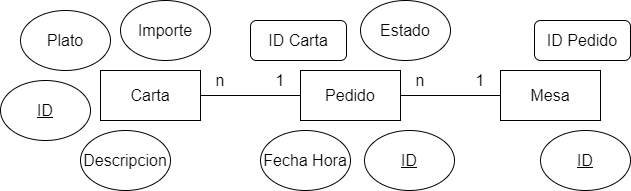
Above: bocetos/POS diagrama entidad relacion.drawio.png in FernandoKuo/Sistema_PointOfSale (draw.io), before the change. Source tidied: cells renumbered, new cells last; positions are measured from the earlier drawing's top-left corner, leaving out a move shared by most shapes. Its diagram source:
```xml
<mxGraphModel>
  <root>
    <mxCell id="0" />
    <mxCell id="1" parent="0" />
    <mxCell id="2" value="&lt;font size=&quot;3&quot;&gt;Carta&lt;/font&gt;" style="rounded=0;whiteSpace=wrap;html=1;" parent="1" vertex="1">
      <mxGeometry x="100" y="70" width="100" height="50" as="geometry" />
    </mxCell>
    <mxCell id="3" value="&lt;font size=&quot;3&quot;&gt;Pedido&lt;/font&gt;" style="rounded=0;whiteSpace=wrap;html=1;" parent="1" vertex="1">
      <mxGeometry x="300" y="70" width="100" height="50" as="geometry" />
    </mxCell>
    <mxCell id="4" value="&lt;font size=&quot;3&quot;&gt;Mesa&lt;/font&gt;" style="rounded=0;whiteSpace=wrap;html=1;" parent="1" vertex="1">
      <mxGeometry x="500" y="70" width="100" height="50" as="geometry" />
    </mxCell>
    <mxCell id="5" style="endArrow=none;html=1;rounded=0;entryX=1;entryY=0.5;entryDx=0;entryDy=0;exitX=0;exitY=0.5;exitDx=0;exitDy=0;" parent="1" edge="1" source="4" target="3">
      <mxGeometry relative="1" as="geometry" />
    </mxCell>
    <mxCell id="6" style="endArrow=none;html=1;rounded=0;entryX=1;entryY=0.5;entryDx=0;entryDy=0;exitX=0;exitY=0.5;exitDx=0;exitDy=0;" parent="1" edge="1" source="3" target="2">
      <mxGeometry relative="1" as="geometry" />
    </mxCell>
    <mxCell id="7" value="&lt;font size=&quot;3&quot;&gt;Plato&lt;/font&gt;" style="ellipse;whiteSpace=wrap;html=1;" parent="1" vertex="1">
      <mxGeometry x="20" y="10" width="90" height="60" as="geometry" />
    </mxCell>
    <mxCell id="8" value="&lt;font size=&quot;3&quot;&gt;Descripcion&lt;/font&gt;" style="ellipse;whiteSpace=wrap;html=1;" parent="1" vertex="1">
      <mxGeometry x="80" y="130" width="90" height="60" as="geometry" />
    </mxCell>
    <mxCell id="9" value="&lt;font size=&quot;3&quot;&gt;Importe&lt;/font&gt;" style="ellipse;whiteSpace=wrap;html=1;" parent="1" vertex="1">
      <mxGeometry x="120" width="90" height="60" as="geometry" />
    </mxCell>
    <mxCell id="10" value="&lt;font size=&quot;3&quot;&gt;&lt;u&gt;ID&lt;/u&gt;&lt;/font&gt;" style="ellipse;whiteSpace=wrap;html=1;" parent="1" vertex="1">
      <mxGeometry y="80" width="90" height="60" as="geometry" />
    </mxCell>
    <mxCell id="11" value="&lt;span style=&quot;font-size: medium;&quot;&gt;&lt;u&gt;ID&lt;/u&gt;&lt;/span&gt;" style="ellipse;whiteSpace=wrap;html=1;" parent="1" vertex="1">
      <mxGeometry x="364" y="130" width="90" height="60" as="geometry" />
    </mxCell>
    <mxCell id="12" value="&lt;font size=&quot;3&quot;&gt;&lt;u&gt;ID&lt;/u&gt;&lt;/font&gt;" style="ellipse;whiteSpace=wrap;html=1;" parent="1" vertex="1">
      <mxGeometry x="540" y="130" width="90" height="60" as="geometry" />
    </mxCell>
    <mxCell id="13" value="&lt;font size=&quot;3&quot;&gt;Estado&lt;/font&gt;" style="ellipse;whiteSpace=wrap;html=1;" parent="1" vertex="1">
      <mxGeometry x="360" width="90" height="60" as="geometry" />
    </mxCell>
    <mxCell id="14" value="&lt;span style=&quot;font-size: medium;&quot;&gt;Fecha Hora&lt;/span&gt;" style="ellipse;whiteSpace=wrap;html=1;" parent="1" vertex="1">
      <mxGeometry x="260" y="130" width="90" height="60" as="geometry" />
    </mxCell>
    <mxCell id="15" value="&lt;font style=&quot;font-size: 16px;&quot;&gt;ID Carta&lt;/font&gt;" style="rounded=1;whiteSpace=wrap;html=1;" parent="1" vertex="1">
      <mxGeometry x="250" y="20" width="96" height="40" as="geometry" />
    </mxCell>
    <mxCell id="16" value="&lt;font style=&quot;font-size: 16px;&quot;&gt;ID Pedido&lt;/font&gt;" style="rounded=1;whiteSpace=wrap;html=1;" parent="1" vertex="1">
      <mxGeometry x="534" y="20" width="96" height="40" as="geometry" />
    </mxCell>
    <mxCell id="17" value="&lt;font style=&quot;font-size: 16px;&quot;&gt;n&lt;/font&gt;" style="text;html=1;align=center;verticalAlign=middle;whiteSpace=wrap;rounded=0;" parent="1" vertex="1">
      <mxGeometry x="190" y="65" width="60" height="30" as="geometry" />
    </mxCell>
    <mxCell id="18" value="&lt;font style=&quot;font-size: 16px;&quot;&gt;1&lt;/font&gt;" style="text;html=1;align=center;verticalAlign=middle;whiteSpace=wrap;rounded=0;" parent="1" vertex="1">
      <mxGeometry x="250" y="65" width="60" height="30" as="geometry" />
    </mxCell>
    <mxCell id="19" value="&lt;font style=&quot;font-size: 16px;&quot;&gt;1&lt;/font&gt;" style="text;html=1;align=center;verticalAlign=middle;whiteSpace=wrap;rounded=0;" parent="1" vertex="1">
      <mxGeometry x="450" y="65" width="60" height="30" as="geometry" />
    </mxCell>
    <mxCell id="20" value="&lt;font style=&quot;font-size: 16px;&quot;&gt;n&lt;/font&gt;" style="text;html=1;align=center;verticalAlign=middle;whiteSpace=wrap;rounded=0;" parent="1" vertex="1">
      <mxGeometry x="390" y="65" width="60" height="30" as="geometry" />
    </mxCell>
  </root>
</mxGraphModel>
```
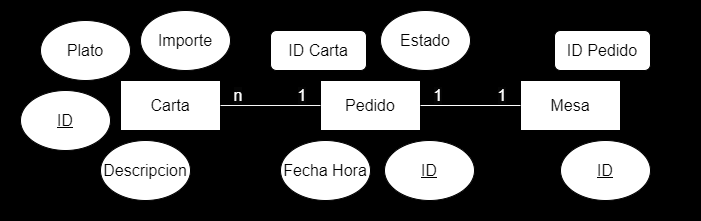
The same file after the commit.

What changed in the source:
```diff
@@ -2,6 +2,9 @@
   <root>
     <mxCell id="0" />
     <mxCell id="1" parent="0" />
+    <mxCell id="21" style="rounded=0;whiteSpace=wrap;html=1;strokeColor=#000000;fillColor=#000000;imageAspect=0;overflow=hidden;backgroundOutline=0;" parent="1" vertex="1">
+      <mxGeometry x="-20" y="-10" width="700" height="220" as="geometry" />
+    </mxCell>
     <mxCell id="2" value="&lt;font size=&quot;3&quot;&gt;Carta&lt;/font&gt;" style="rounded=0;whiteSpace=wrap;html=1;" parent="1" vertex="1">
       <mxGeometry x="100" y="70" width="100" height="50" as="geometry" />
     </mxCell>
@@ -11,10 +14,10 @@
     <mxCell id="4" value="&lt;font size=&quot;3&quot;&gt;Mesa&lt;/font&gt;" style="rounded=0;whiteSpace=wrap;html=1;" parent="1" vertex="1">
       <mxGeometry x="500" y="70" width="100" height="50" as="geometry" />
     </mxCell>
-    <mxCell id="5" style="endArrow=none;html=1;rounded=0;entryX=1;entryY=0.5;entryDx=0;entryDy=0;exitX=0;exitY=0.5;exitDx=0;exitDy=0;" parent="1" edge="1" source="4" target="3">
+    <mxCell id="5" style="endArrow=none;html=1;rounded=0;entryX=1;entryY=0.5;entryDx=0;entryDy=0;exitX=0;exitY=0.5;exitDx=0;exitDy=0;strokeColor=#FFFFFF;" parent="1" edge="1" source="4" target="3">
       <mxGeometry relative="1" as="geometry" />
     </mxCell>
-    <mxCell id="6" style="endArrow=none;html=1;rounded=0;entryX=1;entryY=0.5;entryDx=0;entryDy=0;exitX=0;exitY=0.5;exitDx=0;exitDy=0;" parent="1" edge="1" source="3" target="2">
+    <mxCell id="6" style="endArrow=none;html=1;rounded=0;entryX=1;entryY=0.5;entryDx=0;entryDy=0;exitX=0;exitY=0.5;exitDx=0;exitDy=0;strokeColor=#F7F7F7;" parent="1" edge="1" source="3" target="2">
       <mxGeometry relative="1" as="geometry" />
     </mxCell>
     <mxCell id="7" value="&lt;font size=&quot;3&quot;&gt;Plato&lt;/font&gt;" style="ellipse;whiteSpace=wrap;html=1;" parent="1" vertex="1">
@@ -47,17 +50,17 @@
     <mxCell id="16" value="&lt;font style=&quot;font-size: 16px;&quot;&gt;ID Pedido&lt;/font&gt;" style="rounded=1;whiteSpace=wrap;html=1;" parent="1" vertex="1">
       <mxGeometry x="534" y="20" width="96" height="40" as="geometry" />
     </mxCell>
-    <mxCell id="17" value="&lt;font style=&quot;font-size: 16px;&quot;&gt;n&lt;/font&gt;" style="text;html=1;align=center;verticalAlign=middle;whiteSpace=wrap;rounded=0;" parent="1" vertex="1">
-      <mxGeometry x="190" y="65" width="60" height="30" as="geometry" />
-    </mxCell>
-    <mxCell id="18" value="&lt;font style=&quot;font-size: 16px;&quot;&gt;1&lt;/font&gt;" style="text;html=1;align=center;verticalAlign=middle;whiteSpace=wrap;rounded=0;" parent="1" vertex="1">
-      <mxGeometry x="250" y="65" width="60" height="30" as="geometry" />
-    </mxCell>
-    <mxCell id="19" value="&lt;font style=&quot;font-size: 16px;&quot;&gt;1&lt;/font&gt;" style="text;html=1;align=center;verticalAlign=middle;whiteSpace=wrap;rounded=0;" parent="1" vertex="1">
-      <mxGeometry x="450" y="65" width="60" height="30" as="geometry" />
+    <mxCell id="19" value="&lt;font color=&quot;#ffffff&quot; style=&quot;font-size: 16px; background-color: rgb(5, 5, 5);&quot;&gt;1&lt;/font&gt;" style="text;html=1;align=center;verticalAlign=middle;whiteSpace=wrap;rounded=0;" parent="1" vertex="1">
+      <mxGeometry x="450" y="70" width="64" height="30" as="geometry" />
     </mxCell>
-    <mxCell id="20" value="&lt;font style=&quot;font-size: 16px;&quot;&gt;n&lt;/font&gt;" style="text;html=1;align=center;verticalAlign=middle;whiteSpace=wrap;rounded=0;" parent="1" vertex="1">
-      <mxGeometry x="390" y="65" width="60" height="30" as="geometry" />
-    </mxCell>
+    <mxCell id="22" value="&lt;font color=&quot;#ffffff&quot; style=&quot;font-size: 16px; background-color: rgb(5, 5, 5);&quot;&gt;1&lt;/font&gt;" style="text;html=1;align=center;verticalAlign=middle;whiteSpace=wrap;rounded=0;" parent="1" vertex="1">
+      <mxGeometry x="386" y="70" width="64" height="30" as="geometry" />
+    </mxCell>
+    <mxCell id="23" value="&lt;font color=&quot;#ffffff&quot; style=&quot;font-size: 16px; background-color: rgb(5, 5, 5);&quot;&gt;1&lt;/font&gt;" style="text;html=1;align=center;verticalAlign=middle;whiteSpace=wrap;rounded=0;" parent="1" vertex="1">
+      <mxGeometry x="250" y="70" width="64" height="30" as="geometry" />
+    </mxCell>
+    <mxCell id="24" value="&lt;font color=&quot;#ffffff&quot; style=&quot;font-size: 16px; background-color: rgb(5, 5, 5);&quot;&gt;n&lt;/font&gt;" style="text;html=1;align=center;verticalAlign=middle;whiteSpace=wrap;rounded=0;" parent="1" vertex="1">
+      <mxGeometry x="186" y="70" width="64" height="30" as="geometry" />
+    </mxCell>
   </root>
 </mxGraphModel>
```
